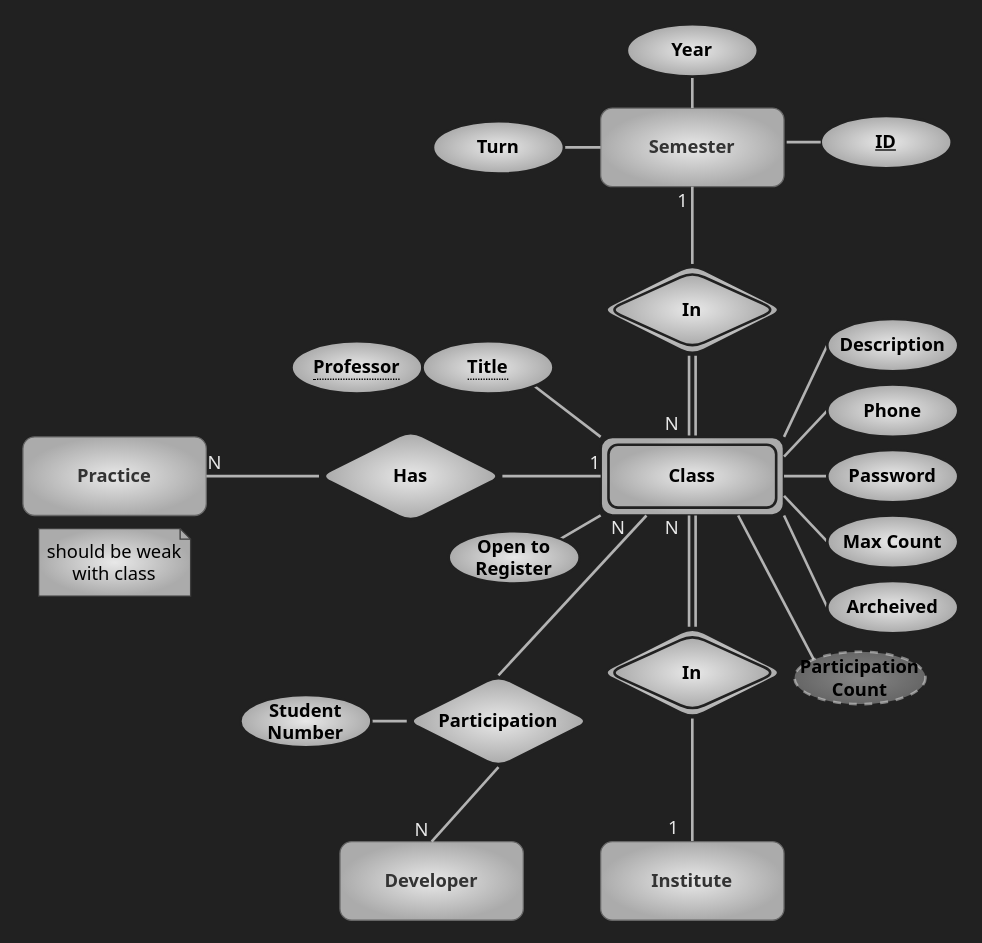
kntu-db/quera-norm keeps this draw.io diagram as page "education" (5 of 5) of assets/er.drawio. Above is the earlier version. Source tidied: cells renumbered, new cells numbered last; positions are measured from the earlier drawing's top-left corner, leaving out a move shared by most shapes. Both pictures are drawn from the tidied source at 131%, with x=0, y=0 at pixel (22, 24).
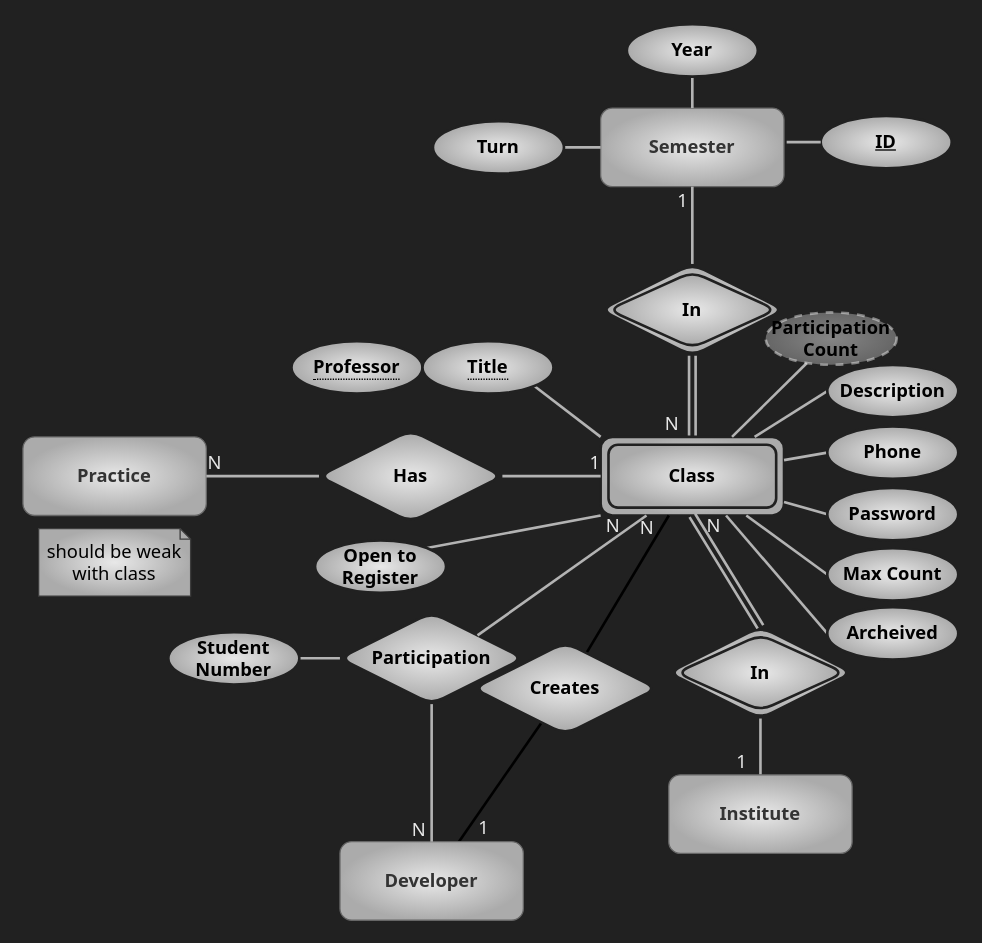
Above is the later version.

The change refers to these unchanged cells:
```xml
<mxCell id="11" value="Class" style="shape=ext;margin=3;double=1;whiteSpace=wrap;html=1;align=center;rounded=1;labelBackgroundColor=none;fontFamily=Tahoma;fontSize=14;fontColor=#000000;fillColor=#E8E8E8;gradientColor=#ABABAB;gradientDirection=radial;fontStyle=1;strokeColor=#212121;strokeWidth=2;glass=0;" parent="1" vertex="1">
  <mxGeometry x="441" y="315" width="140" height="60" as="geometry" />
</mxCell>
<mxCell id="22" style="shape=link;html=1;rounded=0;shadow=0;sketch=0;fontFamily=Tahoma;fontSize=14;fontColor=#E8E8E8;strokeWidth=2;fillColor=none;strokeColor=#B3B3B3;entryX=0.5;entryY=1;entryDx=0;entryDy=0;exitX=0.5;exitY=0;exitDx=0;exitDy=0;" parent="1" edge="1" source="24" target="11">
  <mxGeometry relative="1" as="geometry" />
</mxCell>
<mxCell id="25" style="endArrow=none;html=1;rounded=0;shadow=0;sketch=0;fontFamily=Tahoma;fontSize=14;fontColor=#E8E8E8;strokeWidth=2;fillColor=none;strokeColor=#B3B3B3;exitX=0.5;exitY=1;exitDx=0;exitDy=0;entryX=0.5;entryY=0;entryDx=0;entryDy=0;" parent="1" edge="1" source="24" target="27">
  <mxGeometry relative="1" as="geometry" />
</mxCell>
<mxCell id="29" value="Developer" style="whiteSpace=wrap;html=1;align=center;fontFamily=Tahoma;rounded=1;fillColor=#E8E8E8;strokeColor=#666666;fontColor=#333333;gradientColor=#ABABAB;gradientDirection=radial;fontSize=14;labelBackgroundColor=none;fontStyle=1;" parent="1" vertex="1">
  <mxGeometry x="242" y="624" width="140" height="60" as="geometry" />
</mxCell>
<mxCell id="44" style="endArrow=none;html=1;rounded=0;shadow=0;sketch=0;fontFamily=Tahoma;fontSize=14;fontColor=#E8E8E8;strokeWidth=2;fillColor=none;strokeColor=#B3B3B3;exitX=0.5;exitY=1;exitDx=0;exitDy=0;entryX=0.5;entryY=0;entryDx=0;entryDy=0;" parent="1" edge="1" source="28" target="29">
  <mxGeometry relative="1" as="geometry" />
</mxCell>
```

What changed in the source:
```diff
@@
-    <mxCell id="12" style="endArrow=none;html=1;rounded=1;fontFamily=Tahoma;fontSize=14;fontColor=#000000;strokeWidth=2;sketch=0;shadow=0;fillColor=none;strokeColor=#B3B3B3;exitX=1;exitY=0;exitDx=0;exitDy=0;entryX=0;entryY=0.5;entryDx=0;entryDy=0;" parent="1" edge="1" source="11" target="17">
+    <mxCell id="12" style="endArrow=none;html=1;rounded=1;fontFamily=Tahoma;fontSize=14;fontColor=#000000;strokeWidth=2;sketch=0;shadow=0;fillColor=none;strokeColor=#B3B3B3;entryX=0;entryY=0.5;entryDx=0;entryDy=0;" parent="1" edge="1" source="11" target="17">
       <mxGeometry relative="1" as="geometry" />
     </mxCell>
-    <mxCell id="13" style="endArrow=none;html=1;rounded=1;fontFamily=Tahoma;fontSize=14;fontColor=#000000;strokeWidth=2;sketch=0;shadow=0;fillColor=none;strokeColor=#B3B3B3;exitX=1;exitY=0.25;exitDx=0;exitDy=0;entryX=0;entryY=0.5;entryDx=0;entryDy=0;" parent="1" edge="1" source="11" target="18">
+    <mxCell id="13" style="endArrow=none;html=1;rounded=1;fontFamily=Tahoma;fontSize=14;fontColor=#000000;strokeWidth=2;sketch=0;shadow=0;fillColor=none;strokeColor=#B3B3B3;entryX=0;entryY=0.5;entryDx=0;entryDy=0;" parent="1" edge="1" source="11" target="18">
       <mxGeometry relative="1" as="geometry" />
     </mxCell>
-    <mxCell id="14" style="endArrow=none;html=1;rounded=1;fontFamily=Tahoma;fontSize=14;fontColor=#000000;strokeWidth=2;sketch=0;shadow=0;fillColor=none;strokeColor=#B3B3B3;exitX=1;exitY=0.5;exitDx=0;exitDy=0;entryX=0;entryY=0.5;entryDx=0;entryDy=0;" parent="1" edge="1" source="11" target="19">
+    <mxCell id="14" style="endArrow=none;html=1;rounded=1;fontFamily=Tahoma;fontSize=14;fontColor=#000000;strokeWidth=2;sketch=0;shadow=0;fillColor=none;strokeColor=#B3B3B3;entryX=0;entryY=0.5;entryDx=0;entryDy=0;" parent="1" edge="1" source="11" target="19">
       <mxGeometry relative="1" as="geometry" />
     </mxCell>
-    <mxCell id="15" style="endArrow=none;html=1;rounded=1;fontFamily=Tahoma;fontSize=14;fontColor=#000000;strokeWidth=2;sketch=0;shadow=0;fillColor=none;strokeColor=#B3B3B3;exitX=1;exitY=0.75;exitDx=0;exitDy=0;entryX=0;entryY=0.5;entryDx=0;entryDy=0;" parent="1" edge="1" source="11" target="20">
+    <mxCell id="15" style="endArrow=none;html=1;rounded=1;fontFamily=Tahoma;fontSize=14;fontColor=#000000;strokeWidth=2;sketch=0;shadow=0;fillColor=none;strokeColor=#B3B3B3;entryX=0;entryY=0.5;entryDx=0;entryDy=0;" parent="1" edge="1" source="11" target="20">
       <mxGeometry relative="1" as="geometry" />
     </mxCell>
-    <mxCell id="16" style="endArrow=none;html=1;rounded=1;fontFamily=Tahoma;fontSize=14;fontColor=#000000;strokeWidth=2;sketch=0;shadow=0;fillColor=none;strokeColor=#B3B3B3;exitX=1;exitY=1;exitDx=0;exitDy=0;entryX=0;entryY=0.5;entryDx=0;entryDy=0;" parent="1" edge="1" source="11" target="21">
+    <mxCell id="16" style="endArrow=none;html=1;rounded=1;fontFamily=Tahoma;fontSize=14;fontColor=#000000;strokeWidth=2;sketch=0;shadow=0;fillColor=none;strokeColor=#B3B3B3;entryX=0;entryY=0.5;entryDx=0;entryDy=0;" parent="1" edge="1" source="11" target="21">
       <mxGeometry relative="1" as="geometry" />
     </mxCell>
     <mxCell id="17" value="Description" style="ellipse;whiteSpace=wrap;html=1;align=center;rounded=1;labelBackgroundColor=none;fontFamily=Tahoma;fontSize=14;fontColor=#000000;strokeColor=#212121;strokeWidth=2;fillColor=#E8E8E8;gradientColor=#ABABAB;gradientDirection=radial;fontStyle=1;" parent="1" vertex="1">
-      <mxGeometry x="614" y="225" width="100" height="40" as="geometry" />
+      <mxGeometry x="614" y="260" width="100" height="40" as="geometry" />
     </mxCell>
     <mxCell id="18" value="Phone" style="ellipse;whiteSpace=wrap;html=1;align=center;rounded=1;labelBackgroundColor=none;fontFamily=Tahoma;fontSize=14;fontColor=#000000;strokeColor=#212121;strokeWidth=2;fillColor=#E8E8E8;gradientColor=#ABABAB;gradientDirection=radial;fontStyle=1;" parent="1" vertex="1">
-      <mxGeometry x="614" y="275" width="100" height="40" as="geometry" />
+      <mxGeometry x="614" y="307" width="100" height="40" as="geometry" />
     </mxCell>
     <mxCell id="19" value="Password" style="ellipse;whiteSpace=wrap;html=1;align=center;rounded=1;labelBackgroundColor=none;fontFamily=Tahoma;fontSize=14;fontColor=#000000;strokeColor=#212121;strokeWidth=2;fillColor=#E8E8E8;gradientColor=#ABABAB;gradientDirection=radial;fontStyle=1;" parent="1" vertex="1">
-      <mxGeometry x="614" y="325" width="100" height="40" as="geometry" />
+      <mxGeometry x="614" y="354" width="100" height="40" as="geometry" />
     </mxCell>
     <mxCell id="20" value="Max Count" style="ellipse;whiteSpace=wrap;html=1;align=center;rounded=1;labelBackgroundColor=none;fontFamily=Tahoma;fontSize=14;fontColor=#000000;strokeColor=#212121;strokeWidth=2;fillColor=#E8E8E8;gradientColor=#ABABAB;gradientDirection=radial;fontStyle=1;" parent="1" vertex="1">
-      <mxGeometry x="614" y="375" width="100" height="40" as="geometry" />
+      <mxGeometry x="614" y="400" width="100" height="40" as="geometry" />
     </mxCell>
     <mxCell id="21" value="Archeived" style="ellipse;whiteSpace=wrap;html=1;align=center;rounded=1;labelBackgroundColor=none;fontFamily=Tahoma;fontSize=14;fontColor=#000000;strokeColor=#212121;strokeWidth=2;fillColor=#E8E8E8;gradientColor=#ABABAB;gradientDirection=radial;fontStyle=1;" parent="1" vertex="1">
-      <mxGeometry x="614" y="425" width="100" height="40" as="geometry" />
+      <mxGeometry x="614" y="445" width="100" height="40" as="geometry" />
     </mxCell>
@@
     <mxCell id="23" value="N" style="html=1;align=right;verticalAlign=bottom;rounded=1;shadow=0;glass=0;labelBackgroundColor=none;labelBorderColor=none;fontFamily=Tahoma;fontSize=14;fontColor=#E8E8E8;strokeColor=#3D3D3D;strokeWidth=1;fillColor=#E8E8E8;gradientColor=#ABABAB;gradientDirection=radial;" parent="22" vertex="1">
       <mxGeometry x="1" relative="1" as="geometry">
-        <mxPoint x="-10" y="20" as="offset" />
+        <mxPoint x="22" y="18" as="offset" />
       </mxGeometry>
     </mxCell>
     <mxCell id="24" value="In" style="shape=rhombus;double=1;perimeter=rhombusPerimeter;whiteSpace=wrap;html=1;align=center;rounded=1;labelBackgroundColor=none;fontFamily=Tahoma;fontSize=14;fontColor=#000000;strokeColor=#212121;strokeWidth=2;fillColor=#E8E8E8;gradientColor=#ABABAB;gradientDirection=radial;fontStyle=1;" parent="1" vertex="1">
-      <mxGeometry x="441" y="460" width="140" height="70" as="geometry" />
+      <mxGeometry x="493" y="460" width="140" height="70" as="geometry" />
     </mxCell>
@@
+    <mxCell id="53" value="1" style="html=1;align=right;verticalAlign=bottom;rounded=1;shadow=0;glass=0;labelBackgroundColor=none;labelBorderColor=none;fontFamily=Tahoma;fontSize=14;fontColor=#E8E8E8;strokeColor=#3D3D3D;strokeWidth=1;fillColor=#E8E8E8;gradientColor=#ABABAB;gradientDirection=radial;" parent="25" vertex="1">
+      <mxGeometry x="1" relative="1" as="geometry">
+        <mxPoint x="-207" y="51" as="offset" />
+      </mxGeometry>
+    </mxCell>
     <mxCell id="27" value="Institute" style="whiteSpace=wrap;html=1;align=center;fontFamily=Tahoma;rounded=1;fillColor=#E8E8E8;strokeColor=#666666;fontColor=#333333;gradientColor=#ABABAB;gradientDirection=radial;fontSize=14;labelBackgroundColor=none;fontStyle=1;" parent="1" vertex="1">
-      <mxGeometry x="441" y="624" width="140" height="60" as="geometry" />
+      <mxGeometry x="493" y="573" width="140" height="60" as="geometry" />
     </mxCell>
     <mxCell id="28" value="Participation" style="shape=rhombus;perimeter=rhombusPerimeter;whiteSpace=wrap;html=1;align=center;rounded=1;labelBackgroundColor=none;fontFamily=Tahoma;fontSize=14;fontColor=#000000;strokeColor=#212121;strokeWidth=2;fillColor=#E8E8E8;gradientColor=#ABABAB;gradientDirection=radial;fontStyle=1;" parent="1" vertex="1">
-      <mxGeometry x="293" y="497" width="140" height="70" as="geometry" />
+      <mxGeometry x="242" y="449" width="140" height="70" as="geometry" />
     </mxCell>
+    <mxCell id="54" style="edgeStyle=none;html=1;endArrow=none;endFill=0;strokeWidth=2;" parent="1" edge="1" source="29" target="57">
+      <mxGeometry relative="1" as="geometry" />
+    </mxCell>
@@
     <mxCell id="31" value="Student Number" style="ellipse;whiteSpace=wrap;html=1;align=center;rounded=1;labelBackgroundColor=none;fontFamily=Tahoma;fontSize=14;fontColor=#000000;strokeColor=#212121;strokeWidth=2;fillColor=#E8E8E8;gradientColor=#ABABAB;gradientDirection=radial;fontStyle=1;" parent="1" vertex="1">
-      <mxGeometry x="166" y="512" width="100" height="40" as="geometry" />
+      <mxGeometry x="111" y="464" width="100" height="40" as="geometry" />
     </mxCell>
@@
     <mxCell id="33" value="Open to Register" style="ellipse;whiteSpace=wrap;html=1;align=center;rounded=1;labelBackgroundColor=none;fontFamily=Tahoma;fontSize=14;fontColor=#000000;strokeColor=#212121;strokeWidth=2;fillColor=#E8E8E8;gradientColor=#ABABAB;gradientDirection=radial;fontStyle=1;" parent="1" vertex="1">
-      <mxGeometry x="325" y="387" width="100" height="40" as="geometry" />
+      <mxGeometry x="223" y="394" width="100" height="40" as="geometry" />
     </mxCell>
@@
-    <mxCell id="42" style="endArrow=none;html=1;rounded=0;shadow=0;sketch=0;fontFamily=Tahoma;fontSize=14;fontColor=#E8E8E8;strokeWidth=2;fillColor=none;strokeColor=#B3B3B3;exitX=0.5;exitY=0;exitDx=0;exitDy=0;entryX=0.25;entryY=1;entryDx=0;entryDy=0;" parent="1" edge="1" source="28" target="11">
+    <mxCell id="42" style="endArrow=none;html=1;rounded=0;shadow=0;sketch=0;fontFamily=Tahoma;fontSize=14;fontColor=#E8E8E8;strokeWidth=2;fillColor=none;strokeColor=#B3B3B3;exitX=1;exitY=0;exitDx=0;exitDy=0;entryX=0.25;entryY=1;entryDx=0;entryDy=0;" parent="1" edge="1" source="28" target="11">
       <mxGeometry relative="1" as="geometry" />
     </mxCell>
     <mxCell id="43" value="N" style="html=1;align=right;verticalAlign=bottom;rounded=1;shadow=0;glass=0;labelBackgroundColor=none;labelBorderColor=none;fontFamily=Tahoma;fontSize=14;fontColor=#E8E8E8;strokeColor=#3D3D3D;strokeWidth=1;fillColor=#E8E8E8;gradientColor=#ABABAB;gradientDirection=radial;" parent="42" vertex="1">
       <mxGeometry x="1" relative="1" as="geometry">
-        <mxPoint x="-16" y="20" as="offset" />
+        <mxPoint x="-20" y="18" as="offset" />
       </mxGeometry>
     </mxCell>
+    <mxCell id="55" value="N" style="html=1;align=right;verticalAlign=bottom;rounded=1;shadow=0;glass=0;labelBackgroundColor=none;labelBorderColor=none;fontFamily=Tahoma;fontSize=14;fontColor=#E8E8E8;strokeColor=#3D3D3D;strokeWidth=1;fillColor=#E8E8E8;gradientColor=#ABABAB;gradientDirection=radial;" parent="42" vertex="1">
+      <mxGeometry x="1" relative="1" as="geometry">
+        <mxPoint x="6" y="20" as="offset" />
+      </mxGeometry>
+    </mxCell>
@@
     <mxCell id="45" value="N" style="html=1;align=right;verticalAlign=bottom;rounded=1;shadow=0;glass=0;labelBackgroundColor=none;labelBorderColor=none;fontFamily=Tahoma;fontSize=14;fontColor=#E8E8E8;strokeColor=#3D3D3D;strokeWidth=1;fillColor=#E8E8E8;gradientColor=#ABABAB;gradientDirection=radial;" parent="44" vertex="1">
       <mxGeometry x="1" relative="1" as="geometry">
-        <mxPoint x="-2" y="1" as="offset" />
+        <mxPoint x="-4" y="1" as="offset" />
       </mxGeometry>
     </mxCell>
@@
-    <mxCell id="51" style="edgeStyle=none;html=1;exitX=0;exitY=0;exitDx=0;exitDy=0;entryX=0.75;entryY=1;entryDx=0;entryDy=0;endArrow=none;endFill=0;strokeColor=#B3B3B3;strokeWidth=2;" parent="1" edge="1" source="52" target="11">
+    <mxCell id="51" style="edgeStyle=none;html=1;endArrow=none;endFill=0;strokeColor=#B3B3B3;strokeWidth=2;" parent="1" edge="1" source="52" target="11">
       <mxGeometry relative="1" as="geometry" />
     </mxCell>
     <mxCell id="52" value="Participation Count" style="ellipse;whiteSpace=wrap;html=1;align=center;dashed=1;rounded=1;labelBackgroundColor=none;fontFamily=Tahoma;fontSize=14;fontColor=#000000;strokeColor=#e8e8e8;strokeWidth=2;fillColor=#E8E8E8;gradientColor=#ABABAB;gradientDirection=radial;perimeterSpacing=0;fontStyle=1;labelBorderColor=none;shadow=0;opacity=50;" parent="1" vertex="1">
-      <mxGeometry x="589" y="479" width="100" height="40" as="geometry" />
+      <mxGeometry x="567" y="220" width="100" height="40" as="geometry" />
     </mxCell>
+    <mxCell id="56" style="edgeStyle=none;html=1;endArrow=none;endFill=0;strokeWidth=2;" parent="1" edge="1" source="57" target="11">
+      <mxGeometry relative="1" as="geometry" />
+    </mxCell>
+    <mxCell id="57" value="Creates" style="shape=rhombus;perimeter=rhombusPerimeter;whiteSpace=wrap;html=1;align=center;rounded=1;labelBackgroundColor=none;fontFamily=Tahoma;fontSize=14;fontColor=#000000;strokeColor=#212121;strokeWidth=2;fillColor=#E8E8E8;gradientColor=#ABABAB;gradientDirection=radial;fontStyle=1;" parent="1" vertex="1">
+      <mxGeometry x="344" y="472" width="140" height="70" as="geometry" />
+    </mxCell>
```
